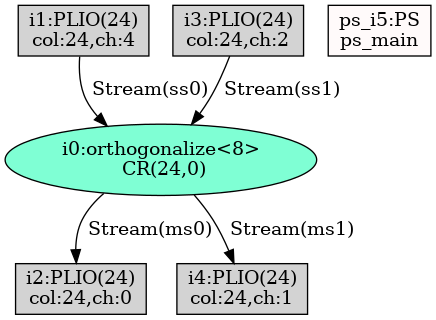
Earlier version of the Graphviz export Jacobi_AIE_Scalar/Work/reports/TopGraph_mapped_post.png (lxy-littlechai/SVD). Its source is kept beside it as Jacobi_AIE_Scalar/Work/temp/TopGraph_mapped_post.dot.
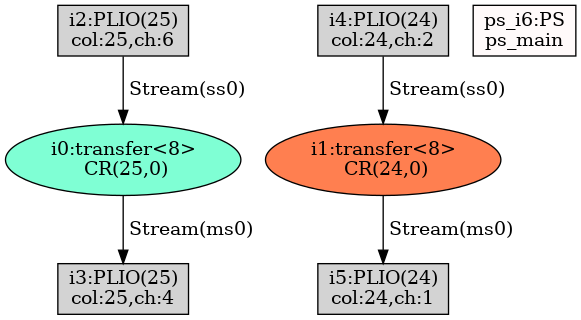
The same diagram one commit later.

Change to the diagram source:
```diff
@@ -1,13 +1,14 @@
 digraph G {
-"i0:orthogonalize<8>\n CR(24,0)"[style=filled, fillcolor=aquamarine];
-"i1:PLIO(24)\ncol:24,ch:4"[shape=box, style=filled, fillcolor=lightgrey];
-"i2:PLIO(24)\ncol:24,ch:0"[shape=box, style=filled, fillcolor=lightgrey];
-"i3:PLIO(24)\ncol:24,ch:2"[shape=box, style=filled, fillcolor=lightgrey];
-"i4:PLIO(24)\ncol:24,ch:1"[shape=box, style=filled, fillcolor=lightgrey];
-"ps_i5:PS\nps_main"[shape=box, style=filled, fillcolor=snow];
-"i1:PLIO(24)\ncol:24,ch:4" -> "i0:orthogonalize<8>\n CR(24,0)"[label=" Stream(ss0)"];
-"i3:PLIO(24)\ncol:24,ch:2" -> "i0:orthogonalize<8>\n CR(24,0)"[label=" Stream(ss1)"];
-"i0:orthogonalize<8>\n CR(24,0)" -> "i2:PLIO(24)\ncol:24,ch:0"[label=" Stream(ms0)"];
-"i0:orthogonalize<8>\n CR(24,0)" -> "i4:PLIO(24)\ncol:24,ch:1"[label=" Stream(ms1)"];
+"i0:transfer<8>\n CR(25,0)"[style=filled, fillcolor=aquamarine];
+"i1:transfer<8>\n CR(24,0)"[style=filled, fillcolor=coral];
+"i2:PLIO(25)\ncol:25,ch:6"[shape=box, style=filled, fillcolor=lightgrey];
+"i3:PLIO(25)\ncol:25,ch:4"[shape=box, style=filled, fillcolor=lightgrey];
+"i4:PLIO(24)\ncol:24,ch:2"[shape=box, style=filled, fillcolor=lightgrey];
+"i5:PLIO(24)\ncol:24,ch:1"[shape=box, style=filled, fillcolor=lightgrey];
+"ps_i6:PS\nps_main"[shape=box, style=filled, fillcolor=snow];
+"i2:PLIO(25)\ncol:25,ch:6" -> "i0:transfer<8>\n CR(25,0)"[label=" Stream(ss0)"];
+"i0:transfer<8>\n CR(25,0)" -> "i3:PLIO(25)\ncol:25,ch:4"[label=" Stream(ms0)"];
+"i4:PLIO(24)\ncol:24,ch:2" -> "i1:transfer<8>\n CR(24,0)"[label=" Stream(ss0)"];
+"i1:transfer<8>\n CR(24,0)" -> "i5:PLIO(24)\ncol:24,ch:1"[label=" Stream(ms0)"];
 
  }
```
